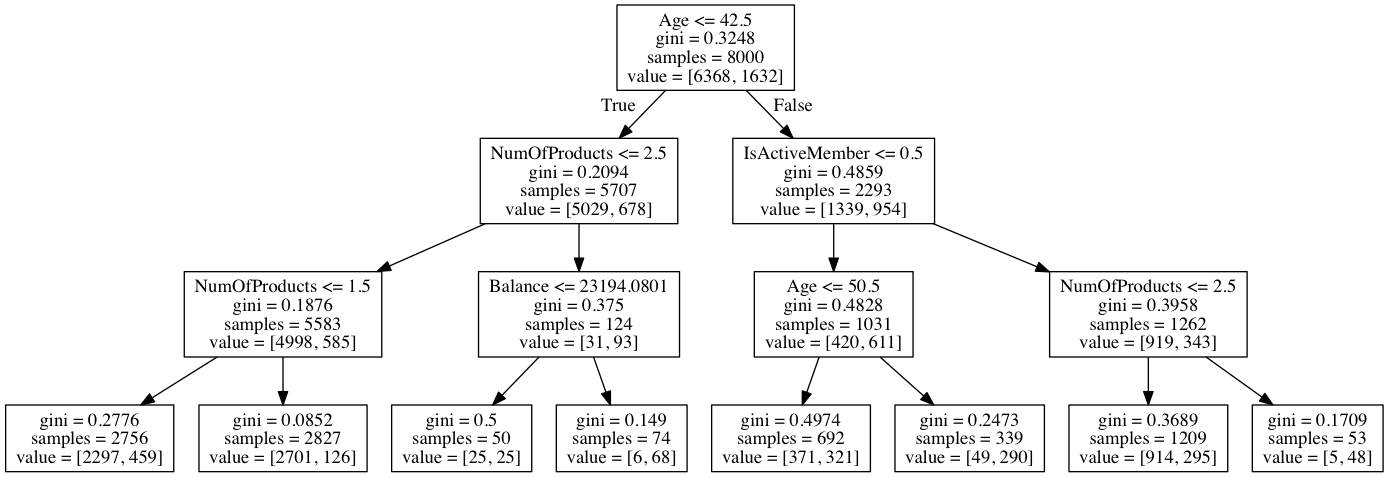
Before: 20 Projects/02 Churn/tree2.png, a diagram exported from Graphviz (jmoianes/MachineLearning). Its source is kept beside it as 20 Projects/02 Churn/tree2.dot.
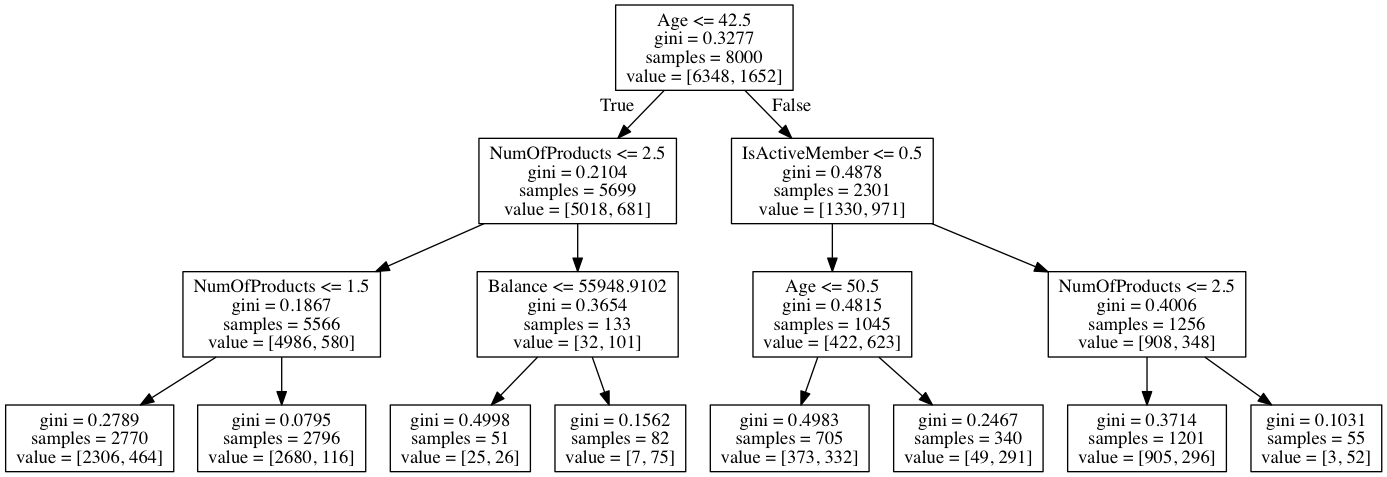
The same file after the commit.

Diff of the diagram source:
```diff
@@ -1,32 +1,32 @@
 digraph Tree {
 node [shape=box] ;
-0 [label="Age <= 42.5\ngini = 0.3248\nsamples = 8000\nvalue = [6368, 1632]"] ;
-1 [label="NumOfProducts <= 2.5\ngini = 0.2094\nsamples = 5707\nvalue = [5029, 678]"] ;
+0 [label="Age <= 42.5\ngini = 0.3277\nsamples = 8000\nvalue = [6348, 1652]"] ;
+1 [label="NumOfProducts <= 2.5\ngini = 0.2104\nsamples = 5699\nvalue = [5018, 681]"] ;
 0 -> 1 [labeldistance=2.5, labelangle=45, headlabel="True"] ;
-2 [label="NumOfProducts <= 1.5\ngini = 0.1876\nsamples = 5583\nvalue = [4998, 585]"] ;
+2 [label="NumOfProducts <= 1.5\ngini = 0.1867\nsamples = 5566\nvalue = [4986, 580]"] ;
 1 -> 2 ;
-3 [label="gini = 0.2776\nsamples = 2756\nvalue = [2297, 459]"] ;
+3 [label="gini = 0.2789\nsamples = 2770\nvalue = [2306, 464]"] ;
 2 -> 3 ;
-4 [label="gini = 0.0852\nsamples = 2827\nvalue = [2701, 126]"] ;
+4 [label="gini = 0.0795\nsamples = 2796\nvalue = [2680, 116]"] ;
 2 -> 4 ;
-5 [label="Balance <= 23194.0801\ngini = 0.375\nsamples = 124\nvalue = [31, 93]"] ;
+5 [label="Balance <= 55948.9102\ngini = 0.3654\nsamples = 133\nvalue = [32, 101]"] ;
 1 -> 5 ;
-6 [label="gini = 0.5\nsamples = 50\nvalue = [25, 25]"] ;
+6 [label="gini = 0.4998\nsamples = 51\nvalue = [25, 26]"] ;
 5 -> 6 ;
-7 [label="gini = 0.149\nsamples = 74\nvalue = [6, 68]"] ;
+7 [label="gini = 0.1562\nsamples = 82\nvalue = [7, 75]"] ;
 5 -> 7 ;
-8 [label="IsActiveMember <= 0.5\ngini = 0.4859\nsamples = 2293\nvalue = [1339, 954]"] ;
+8 [label="IsActiveMember <= 0.5\ngini = 0.4878\nsamples = 2301\nvalue = [1330, 971]"] ;
 0 -> 8 [labeldistance=2.5, labelangle=-45, headlabel="False"] ;
-9 [label="Age <= 50.5\ngini = 0.4828\nsamples = 1031\nvalue = [420, 611]"] ;
+9 [label="Age <= 50.5\ngini = 0.4815\nsamples = 1045\nvalue = [422, 623]"] ;
 8 -> 9 ;
-10 [label="gini = 0.4974\nsamples = 692\nvalue = [371, 321]"] ;
+10 [label="gini = 0.4983\nsamples = 705\nvalue = [373, 332]"] ;
 9 -> 10 ;
-11 [label="gini = 0.2473\nsamples = 339\nvalue = [49, 290]"] ;
+11 [label="gini = 0.2467\nsamples = 340\nvalue = [49, 291]"] ;
 9 -> 11 ;
-12 [label="NumOfProducts <= 2.5\ngini = 0.3958\nsamples = 1262\nvalue = [919, 343]"] ;
+12 [label="NumOfProducts <= 2.5\ngini = 0.4006\nsamples = 1256\nvalue = [908, 348]"] ;
 8 -> 12 ;
-13 [label="gini = 0.3689\nsamples = 1209\nvalue = [914, 295]"] ;
+13 [label="gini = 0.3714\nsamples = 1201\nvalue = [905, 296]"] ;
 12 -> 13 ;
-14 [label="gini = 0.1709\nsamples = 53\nvalue = [5, 48]"] ;
+14 [label="gini = 0.1031\nsamples = 55\nvalue = [3, 52]"] ;
 12 -> 14 ;
 }
```
